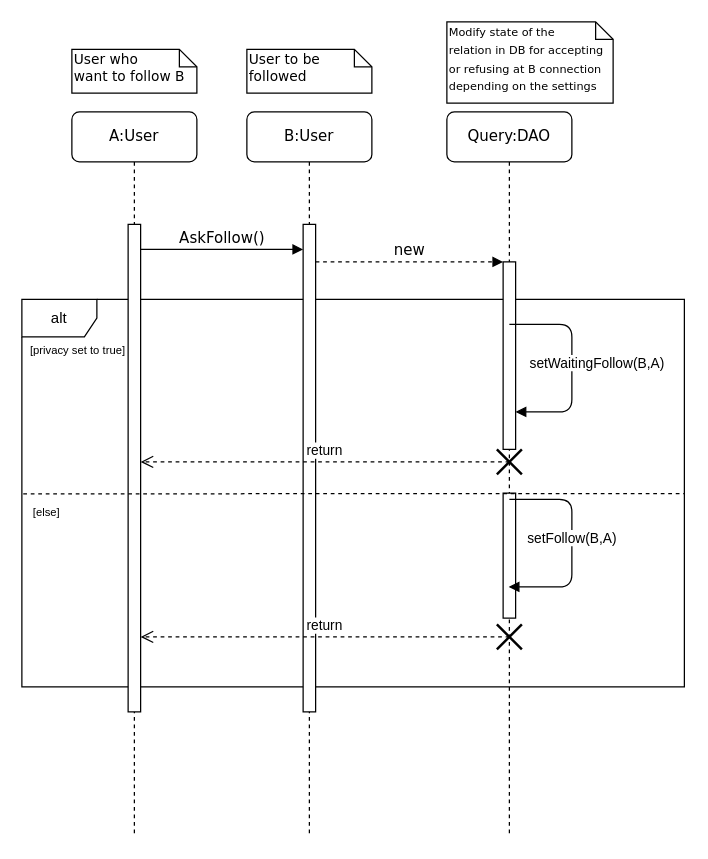
Before: Diagrammes/SequenceDiagrams/askFollow.drawio in NNepper/LSINF1225-2020-GroupeL1.1-WishList, a draw.io diagram. Source tidied: cells renumbered, new cells numbered last; positions are measured from the earlier drawing's top-left corner, leaving out a move shared by most shapes. Both pictures are drawn from the tidied source at 125%, with x=0, y=0 at pixel (21, 21).
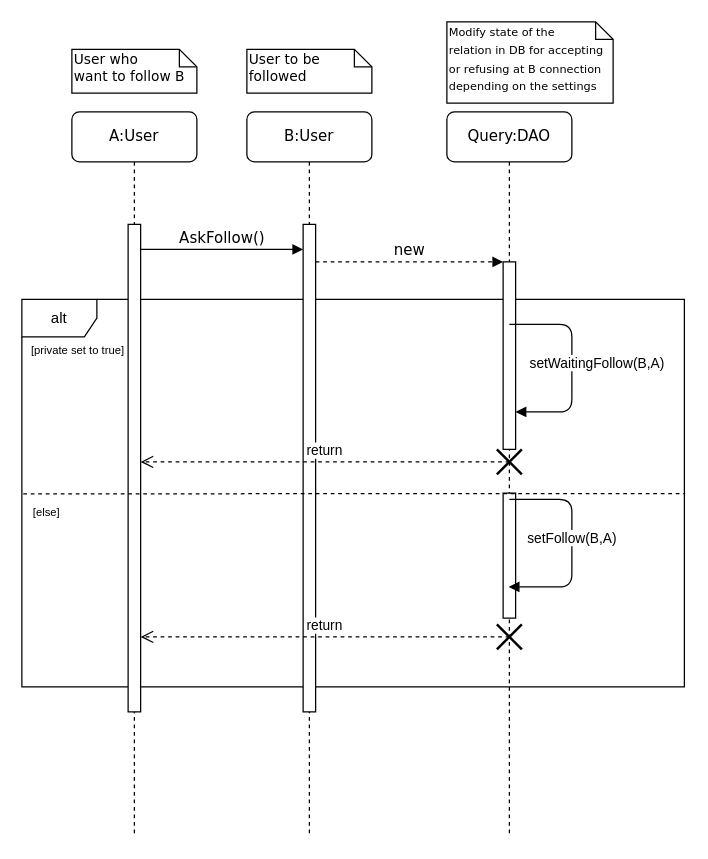
After the change.

Diff of the diagram source:
```diff
@@
-    <mxCell id="19" value="&lt;font style=&quot;font-size: 9px&quot;&gt;[privacy set to true]&lt;/font&gt;" style="text;html=1;strokeColor=none;fillColor=none;align=center;verticalAlign=middle;whiteSpace=wrap;rounded=0;" parent="1" vertex="1">
+    <mxCell id="19" value="&lt;font style=&quot;font-size: 9px&quot;&gt;[private set to true]&lt;/font&gt;" style="text;html=1;strokeColor=none;fillColor=none;align=center;verticalAlign=middle;whiteSpace=wrap;rounded=0;" parent="1" vertex="1">
       <mxGeometry y="252" width="90" height="20" as="geometry" />
     </mxCell>
```
